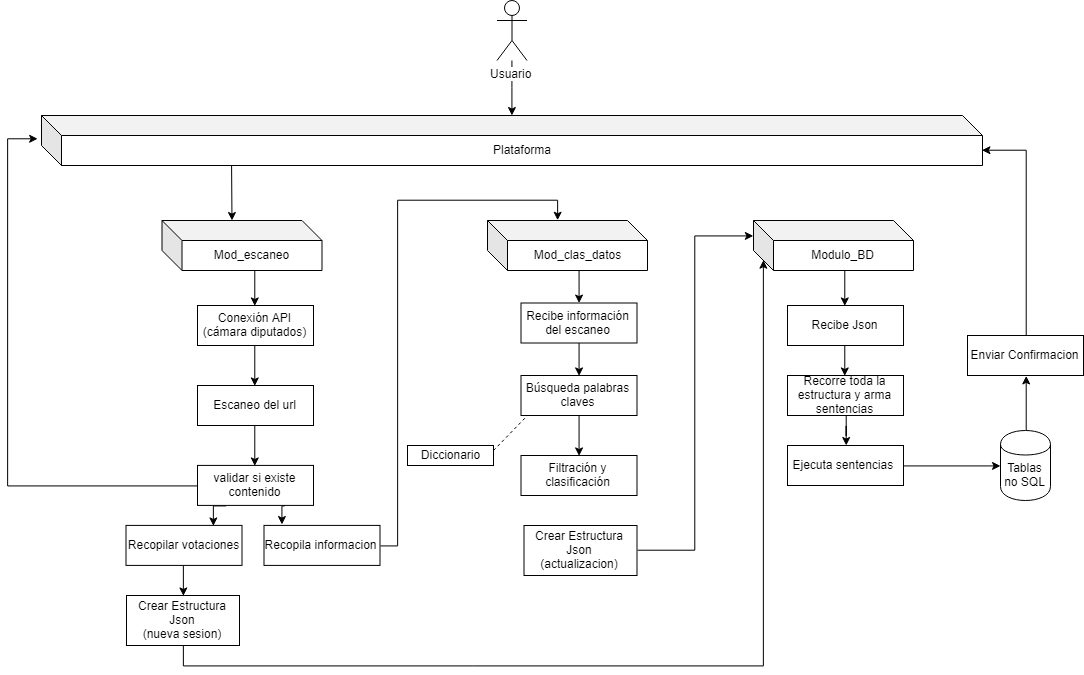
Earlier version of the draw.io export Diagramas/Diagrama modular.png (Eithilgan/Proyecto-ACDD). Source tidied: cells renumbered, new cells last; positions are measured from the earlier drawing's top-left corner, leaving out a move shared by most shapes.
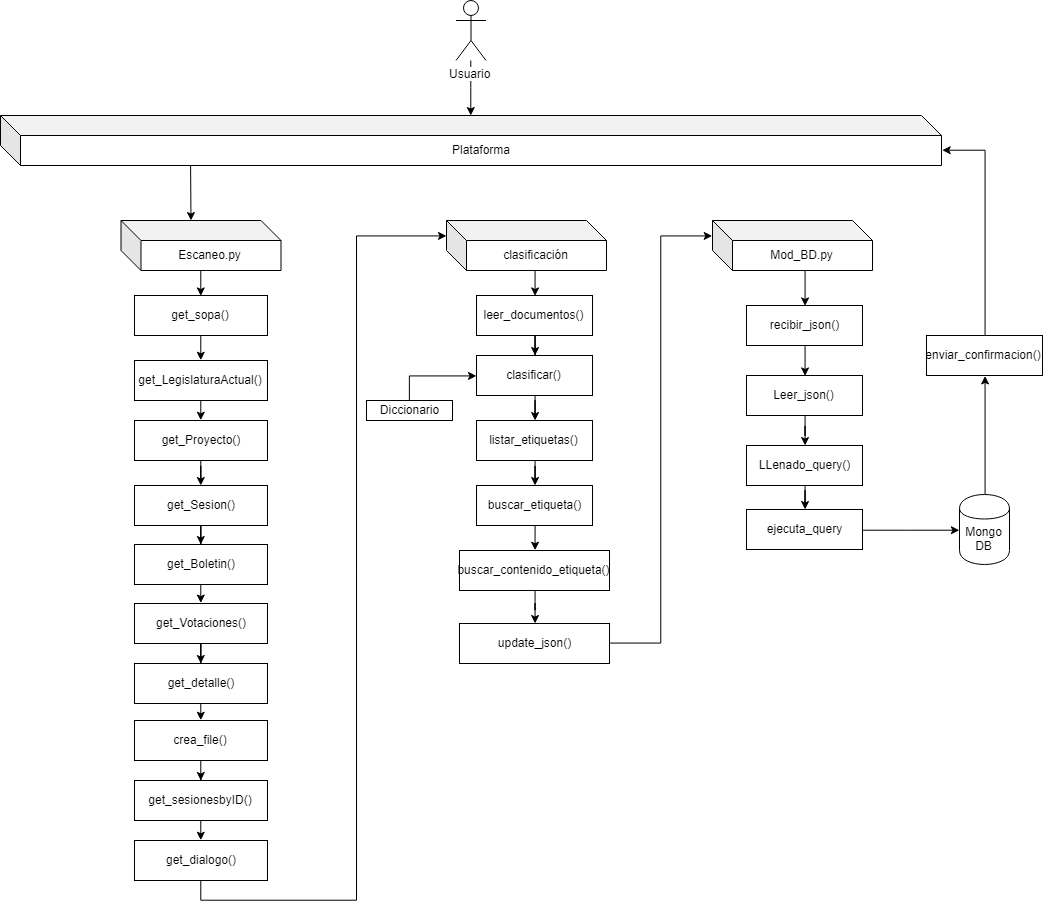
The same file after the commit.

What changed in the source:
```diff
@@ -11,136 +11,164 @@
     <mxCell id="4" value="Plataforma" style="shape=cube;whiteSpace=wrap;html=1;boundedLbl=1;backgroundOutline=1;darkOpacity=0.05;darkOpacity2=0.1;" parent="1" vertex="1">
       <mxGeometry x="34" y="115" width="941" height="50" as="geometry" />
     </mxCell>
-    <mxCell id="5" style="edgeStyle=orthogonalEdgeStyle;rounded=0;jettySize=auto;html=1;exitX=0;exitY=0;exitDx=90;exitDy=50;exitPerimeter=0;entryX=0.5;entryY=0;entryDx=0;entryDy=0;" parent="1" edge="1" source="6" target="12">
-      <mxGeometry relative="1" as="geometry" />
-    </mxCell>
+    <mxCell id="45" style="edgeStyle=orthogonalEdgeStyle;rounded=0;jettySize=auto;html=1;exitX=0;exitY=0;exitDx=90;exitDy=50;exitPerimeter=0;entryX=0.5;entryY=0;entryDx=0;entryDy=0;" parent="1" edge="1" source="6" target="66">
+      <mxGeometry relative="1" as="geometry" />
+    </mxCell>
-    <mxCell id="6" value="Mod_escaneo" style="shape=cube;whiteSpace=wrap;html=1;boundedLbl=1;backgroundOutline=1;darkOpacity=0.05;darkOpacity2=0.1;" parent="1" vertex="1">
+    <mxCell id="6" value="Escaneo.py" style="shape=cube;whiteSpace=wrap;html=1;boundedLbl=1;backgroundOutline=1;darkOpacity=0.05;darkOpacity2=0.1;" parent="1" vertex="1">
       <mxGeometry x="154.5" y="220" width="160" height="50" as="geometry" />
     </mxCell>
-    <mxCell id="7" style="edgeStyle=orthogonalEdgeStyle;rounded=0;jettySize=auto;html=1;exitX=0;exitY=0;exitDx=90;exitDy=50;exitPerimeter=0;entryX=0.5;entryY=0;entryDx=0;entryDy=0;" parent="1" edge="1" source="8" target="31">
-      <mxGeometry relative="1" as="geometry" />
-    </mxCell>
+    <mxCell id="46" style="edgeStyle=orthogonalEdgeStyle;rounded=0;jettySize=auto;html=1;exitX=0;exitY=0;exitDx=90;exitDy=50;exitPerimeter=0;entryX=0.5;entryY=0;entryDx=0;entryDy=0;" parent="1" edge="1" source="8" target="72">
+      <mxGeometry relative="1" as="geometry" />
+    </mxCell>
-    <mxCell id="8" value="Mod_clas_datos" style="shape=cube;whiteSpace=wrap;html=1;boundedLbl=1;backgroundOutline=1;darkOpacity=0.05;darkOpacity2=0.1;" parent="1" vertex="1">
+    <mxCell id="8" value="clasificación" style="shape=cube;whiteSpace=wrap;html=1;boundedLbl=1;backgroundOutline=1;darkOpacity=0.05;darkOpacity2=0.1;" parent="1" vertex="1">
       <mxGeometry x="480" y="220" width="160" height="50" as="geometry" />
     </mxCell>
     <mxCell id="9" style="edgeStyle=orthogonalEdgeStyle;rounded=0;jettySize=auto;html=1;exitX=0;exitY=0;exitDx=90;exitDy=50;exitPerimeter=0;entryX=0.5;entryY=0;entryDx=0;entryDy=0;" parent="1" edge="1" source="10" target="27">
       <mxGeometry relative="1" as="geometry" />
     </mxCell>
-    <mxCell id="10" value="Modulo_BD" style="shape=cube;whiteSpace=wrap;html=1;boundedLbl=1;backgroundOutline=1;darkOpacity=0.05;darkOpacity2=0.1;" parent="1" vertex="1">
+    <mxCell id="10" value="Mod_BD.py" style="shape=cube;whiteSpace=wrap;html=1;boundedLbl=1;backgroundOutline=1;darkOpacity=0.05;darkOpacity2=0.1;" parent="1" vertex="1">
       <mxGeometry x="746" y="220" width="160" height="50" as="geometry" />
     </mxCell>
-    <mxCell id="11" style="edgeStyle=orthogonalEdgeStyle;rounded=0;jettySize=auto;html=1;exitX=0.5;exitY=1;exitDx=0;exitDy=0;entryX=0.5;entryY=0;entryDx=0;entryDy=0;" parent="1" edge="1" source="12" target="14">
-      <mxGeometry relative="1" as="geometry" />
-    </mxCell>
-    <mxCell id="12" value="Conexión API (cámara diputados)" style="rounded=0;whiteSpace=wrap;html=1;" parent="1" vertex="1">
-      <mxGeometry x="190" y="305" width="116" height="40" as="geometry" />
-    </mxCell>
-    <mxCell id="13" style="edgeStyle=orthogonalEdgeStyle;rounded=0;jettySize=auto;html=1;exitX=0.5;exitY=1;exitDx=0;exitDy=0;entryX=0.5;entryY=0;entryDx=0;entryDy=0;" parent="1" edge="1" source="14" target="18">
-      <mxGeometry relative="1" as="geometry" />
-    </mxCell>
-    <mxCell id="14" value="Escaneo del url" style="rounded=0;whiteSpace=wrap;html=1;" parent="1" vertex="1">
-      <mxGeometry x="190" y="385" width="116" height="40" as="geometry" />
-    </mxCell>
-    <mxCell id="15" style="edgeStyle=orthogonalEdgeStyle;rounded=0;jettySize=auto;html=1;exitX=0;exitY=0.5;exitDx=0;exitDy=0;entryX=-0.004;entryY=0.467;entryDx=0;entryDy=0;entryPerimeter=0;" parent="1" edge="1" source="18" target="4">
-      <mxGeometry relative="1" as="geometry">
-        <Array as="points">
-          <mxPoint y="485" />
-          <mxPoint y="138" />
-        </Array>
-      </mxGeometry>
-    </mxCell>
-    <mxCell id="16" style="edgeStyle=orthogonalEdgeStyle;rounded=0;jettySize=auto;html=1;exitX=0.25;exitY=1;exitDx=0;exitDy=0;entryX=0.75;entryY=0;entryDx=0;entryDy=0;" parent="1" edge="1" source="18" target="22">
-      <mxGeometry relative="1" as="geometry" />
-    </mxCell>
-    <mxCell id="17" style="edgeStyle=orthogonalEdgeStyle;rounded=0;jettySize=auto;html=1;exitX=0.75;exitY=1;exitDx=0;exitDy=0;entryX=0.159;entryY=-0.017;entryDx=0;entryDy=0;entryPerimeter=0;" parent="1" edge="1" source="18" target="42">
-      <mxGeometry relative="1" as="geometry" />
-    </mxCell>
-    <mxCell id="18" value="validar si existe contenido" style="rounded=0;whiteSpace=wrap;html=1;" parent="1" vertex="1">
-      <mxGeometry x="190" y="464.9" width="116" height="40" as="geometry" />
-    </mxCell>
-    <mxCell id="19" style="edgeStyle=orthogonalEdgeStyle;rounded=0;jettySize=auto;html=1;exitX=0.5;exitY=1;exitDx=0;exitDy=0;entryX=0;entryY=0;entryDx=10;entryDy=40;entryPerimeter=0;" parent="1" edge="1" source="20" target="10">
-      <mxGeometry relative="1" as="geometry" />
-    </mxCell>
-    <mxCell id="20" value="Crear Estructura Json&lt;br&gt;(nueva sesion)" style="rounded=0;whiteSpace=wrap;html=1;" parent="1" vertex="1">
-      <mxGeometry x="119" y="595" width="113" height="50" as="geometry" />
-    </mxCell>
-    <mxCell id="21" style="edgeStyle=orthogonalEdgeStyle;rounded=0;jettySize=auto;html=1;exitX=0.5;exitY=1;exitDx=0;exitDy=0;entryX=0.5;entryY=0;entryDx=0;entryDy=0;" parent="1" edge="1" source="22" target="20">
-      <mxGeometry relative="1" as="geometry" />
-    </mxCell>
-    <mxCell id="22" value="Recopilar votaciones" style="rounded=0;whiteSpace=wrap;html=1;" parent="1" vertex="1">
-      <mxGeometry x="118.5" y="524.9" width="116" height="40" as="geometry" />
-    </mxCell>
-    <mxCell id="23" style="edgeStyle=orthogonalEdgeStyle;rounded=0;jettySize=auto;html=1;exitX=0.5;exitY=1;exitDx=0;exitDy=0;entryX=0.5;entryY=0;entryDx=0;entryDy=0;" parent="1" edge="1" source="24" target="25">
-      <mxGeometry relative="1" as="geometry" />
-    </mxCell>
-    <mxCell id="24" value="Búsqueda palabras claves" style="rounded=0;whiteSpace=wrap;html=1;" parent="1" vertex="1">
-      <mxGeometry x="513.5" y="375" width="116" height="40" as="geometry" />
-    </mxCell>
-    <mxCell id="25" value="Filtración y clasificación" style="rounded=0;whiteSpace=wrap;html=1;" parent="1" vertex="1">
-      <mxGeometry x="513.5" y="455" width="116" height="40" as="geometry" />
-    </mxCell>
     <mxCell id="26" style="edgeStyle=orthogonalEdgeStyle;rounded=0;jettySize=auto;html=1;exitX=0.5;exitY=1;exitDx=0;exitDy=0;entryX=0.5;entryY=0;entryDx=0;entryDy=0;" parent="1" edge="1" source="27" target="33">
       <mxGeometry relative="1" as="geometry" />
     </mxCell>
-    <mxCell id="27" value="Recibe Json" style="rounded=0;whiteSpace=wrap;html=1;" parent="1" vertex="1">
+    <mxCell id="27" value="recibir_json()" style="rounded=0;whiteSpace=wrap;html=1;" parent="1" vertex="1">
       <mxGeometry x="780" y="305" width="116" height="40" as="geometry" />
     </mxCell>
+    <mxCell id="47" style="edgeStyle=orthogonalEdgeStyle;rounded=0;jettySize=auto;html=1;exitX=0.5;exitY=0;exitDx=0;exitDy=0;entryX=0;entryY=0.5;entryDx=0;entryDy=0;" parent="1" edge="1" source="28" target="74">
+      <mxGeometry relative="1" as="geometry" />
+    </mxCell>
     <mxCell id="28" value="Diccionario" style="rounded=0;whiteSpace=wrap;html=1;" parent="1" vertex="1">
-      <mxGeometry x="400" y="445" width="86" height="20" as="geometry" />
+      <mxGeometry x="400" y="400" width="86" height="20" as="geometry" />
     </mxCell>
-    <mxCell id="29" style="endArrow=none;dashed=1;html=1;entryX=0.056;entryY=1;entryDx=0;entryDy=0;entryPerimeter=0;exitX=1;exitY=0.25;exitDx=0;exitDy=0;" parent="1" edge="1" source="28" target="24">
-      <mxGeometry relative="1" as="geometry" />
-    </mxCell>
-    <mxCell id="30" style="edgeStyle=orthogonalEdgeStyle;rounded=0;jettySize=auto;html=1;exitX=0.5;exitY=1;exitDx=0;exitDy=0;entryX=0.5;entryY=0;entryDx=0;entryDy=0;" parent="1" edge="1" source="31" target="24">
-      <mxGeometry relative="1" as="geometry" />
-    </mxCell>
-    <mxCell id="31" value="Recibe información del escaneo" style="rounded=0;whiteSpace=wrap;html=1;" parent="1" vertex="1">
-      <mxGeometry x="513.5" y="302.5" width="116" height="40" as="geometry" />
-    </mxCell>
     <mxCell id="32" style="edgeStyle=orthogonalEdgeStyle;rounded=0;jettySize=auto;html=1;" parent="1" edge="1" source="33" target="35">
       <mxGeometry relative="1" as="geometry" />
     </mxCell>
-    <mxCell id="33" value="Recorre toda la estructura y arma sentencias" style="rounded=0;whiteSpace=wrap;html=1;" parent="1" vertex="1">
+    <mxCell id="33" value="Leer_json()" style="rounded=0;whiteSpace=wrap;html=1;" parent="1" vertex="1">
       <mxGeometry x="780" y="375" width="116" height="40" as="geometry" />
     </mxCell>
-    <mxCell id="34" style="edgeStyle=orthogonalEdgeStyle;rounded=0;jettySize=auto;html=1;exitX=1;exitY=0.5;exitDx=0;exitDy=0;entryX=0;entryY=0.5;entryDx=0;entryDy=0;" parent="1" edge="1" source="35" target="37">
-      <mxGeometry relative="1" as="geometry" />
-    </mxCell>
+    <mxCell id="48" style="edgeStyle=orthogonalEdgeStyle;rounded=0;jettySize=auto;html=1;" parent="1" edge="1" source="35" target="50">
+      <mxGeometry relative="1" as="geometry" />
+    </mxCell>
-    <mxCell id="35" value="Ejecuta sentencias&amp;nbsp;" style="rounded=0;whiteSpace=wrap;html=1;" parent="1" vertex="1">
+    <mxCell id="35" value="LLenado_query()" style="rounded=0;whiteSpace=wrap;html=1;" parent="1" vertex="1">
       <mxGeometry x="780" y="445" width="116" height="40" as="geometry" />
     </mxCell>
+    <mxCell id="49" style="edgeStyle=orthogonalEdgeStyle;rounded=0;jettySize=auto;html=1;entryX=0;entryY=0.5;entryDx=0;entryDy=0;" parent="1" edge="1" source="50" target="37">
+      <mxGeometry relative="1" as="geometry" />
+    </mxCell>
+    <mxCell id="50" value="ejecuta_query" style="rounded=0;whiteSpace=wrap;html=1;" parent="1" vertex="1">
+      <mxGeometry x="780" y="509" width="116" height="40" as="geometry" />
+    </mxCell>
     <mxCell id="36" style="edgeStyle=orthogonalEdgeStyle;rounded=0;jettySize=auto;html=1;exitX=0.5;exitY=0;exitDx=0;exitDy=0;entryX=0.5;entryY=1;entryDx=0;entryDy=0;" parent="1" edge="1" source="37" target="39">
       <mxGeometry relative="1" as="geometry" />
     </mxCell>
-    <mxCell id="37" value="Tablas no SQL" style="shape=cylinder;whiteSpace=wrap;html=1;boundedLbl=1;backgroundOutline=1;" parent="1" vertex="1">
-      <mxGeometry x="993" y="430" width="50" height="70" as="geometry" />
+    <mxCell id="37" value="Mongo DB" style="shape=cylinder;whiteSpace=wrap;html=1;boundedLbl=1;backgroundOutline=1;" parent="1" vertex="1">
+      <mxGeometry x="993" y="494" width="50" height="70" as="geometry" />
     </mxCell>
     <mxCell id="38" style="edgeStyle=orthogonalEdgeStyle;rounded=0;jettySize=auto;html=1;exitX=0.5;exitY=0;exitDx=0;exitDy=0;entryX=0;entryY=0;entryDx=941;entryDy=35;entryPerimeter=0;" parent="1" edge="1" source="39" target="4">
       <mxGeometry relative="1" as="geometry" />
     </mxCell>
-    <mxCell id="39" value="Enviar Confirmacion" style="rounded=0;whiteSpace=wrap;html=1;" parent="1" vertex="1">
+    <mxCell id="39" value="enviar_confirmacion()" style="rounded=0;whiteSpace=wrap;html=1;" parent="1" vertex="1">
       <mxGeometry x="960" y="335" width="116" height="40" as="geometry" />
     </mxCell>
     <mxCell id="40" style="endArrow=classic;html=1;entryX=0;entryY=0;entryDx=70;entryDy=0;entryPerimeter=0;exitX=0.202;exitY=0.99;exitDx=0;exitDy=0;exitPerimeter=0;" parent="1" edge="1" source="4" target="6">
       <mxGeometry relative="1" as="geometry" />
     </mxCell>
-    <mxCell id="41" style="edgeStyle=orthogonalEdgeStyle;rounded=0;jettySize=auto;html=1;exitX=1;exitY=0.5;exitDx=0;exitDy=0;entryX=0;entryY=0;entryDx=70;entryDy=0;entryPerimeter=0;" parent="1" edge="1" source="42" target="8">
-      <mxGeometry relative="1" as="geometry">
-        <Array as="points">
-          <mxPoint x="390" y="545" />
-          <mxPoint x="390" y="200" />
-          <mxPoint x="550" y="200" />
-        </Array>
-      </mxGeometry>
-    </mxCell>
-    <mxCell id="42" value="Recopila informacion" style="rounded=0;whiteSpace=wrap;html=1;" parent="1" vertex="1">
-      <mxGeometry x="256.5" y="524.9" width="116" height="40" as="geometry" />
-    </mxCell>
-    <mxCell id="43" style="edgeStyle=orthogonalEdgeStyle;rounded=0;jettySize=auto;html=1;exitX=1;exitY=0.5;exitDx=0;exitDy=0;entryX=0;entryY=0;entryDx=0;entryDy=15;entryPerimeter=0;" parent="1" edge="1" source="44" target="10">
-      <mxGeometry relative="1" as="geometry" />
-    </mxCell>
-    <mxCell id="44" value="Crear Estructura Json&lt;br&gt;(actualizacion)" style="rounded=0;whiteSpace=wrap;html=1;" parent="1" vertex="1">
-      <mxGeometry x="516.5" y="525" width="113" height="50" as="geometry" />
-    </mxCell>
+    <mxCell id="51" style="edgeStyle=orthogonalEdgeStyle;rounded=0;jettySize=auto;html=1;exitX=0.5;exitY=1;exitDx=0;exitDy=0;entryX=0.5;entryY=0;entryDx=0;entryDy=0;" parent="1" edge="1" source="52" target="54">
+      <mxGeometry relative="1" as="geometry" />
+    </mxCell>
+    <mxCell id="52" value="get_LegislaturaActual()" style="rounded=0;whiteSpace=wrap;html=1;" parent="1" vertex="1">
+      <mxGeometry x="168" y="360" width="133" height="40" as="geometry" />
+    </mxCell>
+    <mxCell id="53" style="edgeStyle=orthogonalEdgeStyle;rounded=0;jettySize=auto;html=1;" parent="1" edge="1" source="54" target="56">
+      <mxGeometry relative="1" as="geometry" />
+    </mxCell>
+    <mxCell id="54" value="get_Proyecto()" style="rounded=0;whiteSpace=wrap;html=1;" parent="1" vertex="1">
+      <mxGeometry x="168" y="420" width="133" height="40" as="geometry" />
+    </mxCell>
+    <mxCell id="55" style="edgeStyle=orthogonalEdgeStyle;rounded=0;jettySize=auto;html=1;" parent="1" edge="1" source="56" target="58">
+      <mxGeometry relative="1" as="geometry" />
+    </mxCell>
+    <mxCell id="56" value="get_Sesion()" style="rounded=0;whiteSpace=wrap;html=1;" parent="1" vertex="1">
+      <mxGeometry x="168" y="485" width="133" height="40" as="geometry" />
+    </mxCell>
+    <mxCell id="57" style="edgeStyle=orthogonalEdgeStyle;rounded=0;jettySize=auto;html=1;exitX=0.5;exitY=1;exitDx=0;exitDy=0;entryX=0.5;entryY=0;entryDx=0;entryDy=0;" parent="1" edge="1" source="58" target="62">
+      <mxGeometry relative="1" as="geometry" />
+    </mxCell>
+    <mxCell id="58" value="get_Boletin()" style="rounded=0;whiteSpace=wrap;html=1;" parent="1" vertex="1">
+      <mxGeometry x="168" y="544" width="133" height="40" as="geometry" />
+    </mxCell>
+    <mxCell id="59" style="edgeStyle=orthogonalEdgeStyle;rounded=0;jettySize=auto;html=1;exitX=0.5;exitY=1;exitDx=0;exitDy=0;" parent="1" edge="1" source="60" target="68">
+      <mxGeometry relative="1" as="geometry" />
+    </mxCell>
+    <mxCell id="60" value="crea_file()" style="rounded=0;whiteSpace=wrap;html=1;" parent="1" vertex="1">
+      <mxGeometry x="168" y="720" width="133" height="40" as="geometry" />
+    </mxCell>
+    <mxCell id="61" style="edgeStyle=orthogonalEdgeStyle;rounded=0;jettySize=auto;html=1;" parent="1" edge="1" source="62" target="64">
+      <mxGeometry relative="1" as="geometry" />
+    </mxCell>
+    <mxCell id="62" value="get_Votaciones()" style="rounded=0;whiteSpace=wrap;html=1;" parent="1" vertex="1">
+      <mxGeometry x="168" y="603" width="133" height="40" as="geometry" />
+    </mxCell>
+    <mxCell id="63" style="edgeStyle=orthogonalEdgeStyle;rounded=0;jettySize=auto;html=1;exitX=0.5;exitY=1;exitDx=0;exitDy=0;entryX=0.5;entryY=0;entryDx=0;entryDy=0;" parent="1" edge="1" source="64" target="60">
+      <mxGeometry relative="1" as="geometry" />
+    </mxCell>
+    <mxCell id="64" value="get_detalle()" style="rounded=0;whiteSpace=wrap;html=1;" parent="1" vertex="1">
+      <mxGeometry x="168" y="663" width="133" height="40" as="geometry" />
+    </mxCell>
+    <mxCell id="65" style="edgeStyle=orthogonalEdgeStyle;rounded=0;jettySize=auto;html=1;exitX=0.5;exitY=1;exitDx=0;exitDy=0;entryX=0.5;entryY=0;entryDx=0;entryDy=0;" parent="1" edge="1" source="66" target="52">
+      <mxGeometry relative="1" as="geometry" />
+    </mxCell>
+    <mxCell id="66" value="get_sopa()" style="rounded=0;whiteSpace=wrap;html=1;" parent="1" vertex="1">
+      <mxGeometry x="168" y="295" width="133" height="40" as="geometry" />
+    </mxCell>
+    <mxCell id="67" style="edgeStyle=orthogonalEdgeStyle;rounded=0;jettySize=auto;html=1;exitX=0.5;exitY=1;exitDx=0;exitDy=0;entryX=0.5;entryY=0;entryDx=0;entryDy=0;" parent="1" edge="1" source="68" target="70">
+      <mxGeometry relative="1" as="geometry" />
+    </mxCell>
+    <mxCell id="68" value="get_sesionesbyID()" style="rounded=0;whiteSpace=wrap;html=1;" parent="1" vertex="1">
+      <mxGeometry x="168" y="780" width="133" height="40" as="geometry" />
+    </mxCell>
+    <mxCell id="69" style="edgeStyle=orthogonalEdgeStyle;rounded=0;jettySize=auto;html=1;exitX=0.5;exitY=1;exitDx=0;exitDy=0;entryX=0;entryY=0;entryDx=0;entryDy=15;entryPerimeter=0;" parent="1" edge="1" source="70" target="8">
+      <mxGeometry relative="1" as="geometry" />
+    </mxCell>
+    <mxCell id="70" value="get_dialogo()" style="rounded=0;whiteSpace=wrap;html=1;" parent="1" vertex="1">
+      <mxGeometry x="168" y="840" width="133" height="40" as="geometry" />
+    </mxCell>
+    <mxCell id="71" style="edgeStyle=orthogonalEdgeStyle;rounded=0;jettySize=auto;html=1;" parent="1" edge="1" source="72" target="74">
+      <mxGeometry relative="1" as="geometry" />
+    </mxCell>
+    <mxCell id="72" value="leer_documentos()" style="rounded=0;whiteSpace=wrap;html=1;" parent="1" vertex="1">
+      <mxGeometry x="510" y="295" width="116" height="40" as="geometry" />
+    </mxCell>
+    <mxCell id="73" style="edgeStyle=orthogonalEdgeStyle;rounded=0;jettySize=auto;html=1;" parent="1" edge="1" source="74" target="76">
+      <mxGeometry relative="1" as="geometry" />
+    </mxCell>
+    <mxCell id="74" value="clasificar()" style="rounded=0;whiteSpace=wrap;html=1;" parent="1" vertex="1">
+      <mxGeometry x="510" y="355" width="116" height="40" as="geometry" />
+    </mxCell>
+    <mxCell id="75" style="edgeStyle=orthogonalEdgeStyle;rounded=0;jettySize=auto;html=1;" parent="1" edge="1" source="76" target="78">
+      <mxGeometry relative="1" as="geometry" />
+    </mxCell>
+    <mxCell id="76" value="listar_etiquetas()" style="rounded=0;whiteSpace=wrap;html=1;" parent="1" vertex="1">
+      <mxGeometry x="510" y="420" width="116" height="40" as="geometry" />
+    </mxCell>
+    <mxCell id="77" style="edgeStyle=orthogonalEdgeStyle;rounded=0;jettySize=auto;html=1;exitX=0.5;exitY=1;exitDx=0;exitDy=0;entryX=0.5;entryY=0;entryDx=0;entryDy=0;" parent="1" edge="1" source="78" target="80">
+      <mxGeometry relative="1" as="geometry" />
+    </mxCell>
+    <mxCell id="78" value="buscar_etiqueta()" style="rounded=0;whiteSpace=wrap;html=1;" parent="1" vertex="1">
+      <mxGeometry x="510" y="485" width="116" height="40" as="geometry" />
+    </mxCell>
+    <mxCell id="79" style="edgeStyle=orthogonalEdgeStyle;rounded=0;jettySize=auto;html=1;" parent="1" edge="1" source="80" target="82">
+      <mxGeometry relative="1" as="geometry" />
+    </mxCell>
+    <mxCell id="80" value="buscar_contenido_etiqueta()" style="rounded=0;whiteSpace=wrap;html=1;" parent="1" vertex="1">
+      <mxGeometry x="493" y="550" width="150" height="40" as="geometry" />
+    </mxCell>
+    <mxCell id="81" style="edgeStyle=orthogonalEdgeStyle;rounded=0;jettySize=auto;html=1;entryX=0;entryY=0;entryDx=0;entryDy=15;entryPerimeter=0;" parent="1" edge="1" source="82" target="10">
+      <mxGeometry relative="1" as="geometry" />
+    </mxCell>
+    <mxCell id="82" value="update_json()" style="rounded=0;whiteSpace=wrap;html=1;" parent="1" vertex="1">
+      <mxGeometry x="493" y="623" width="150" height="40" as="geometry" />
+    </mxCell>
   </root>
 </mxGraphModel>
```
